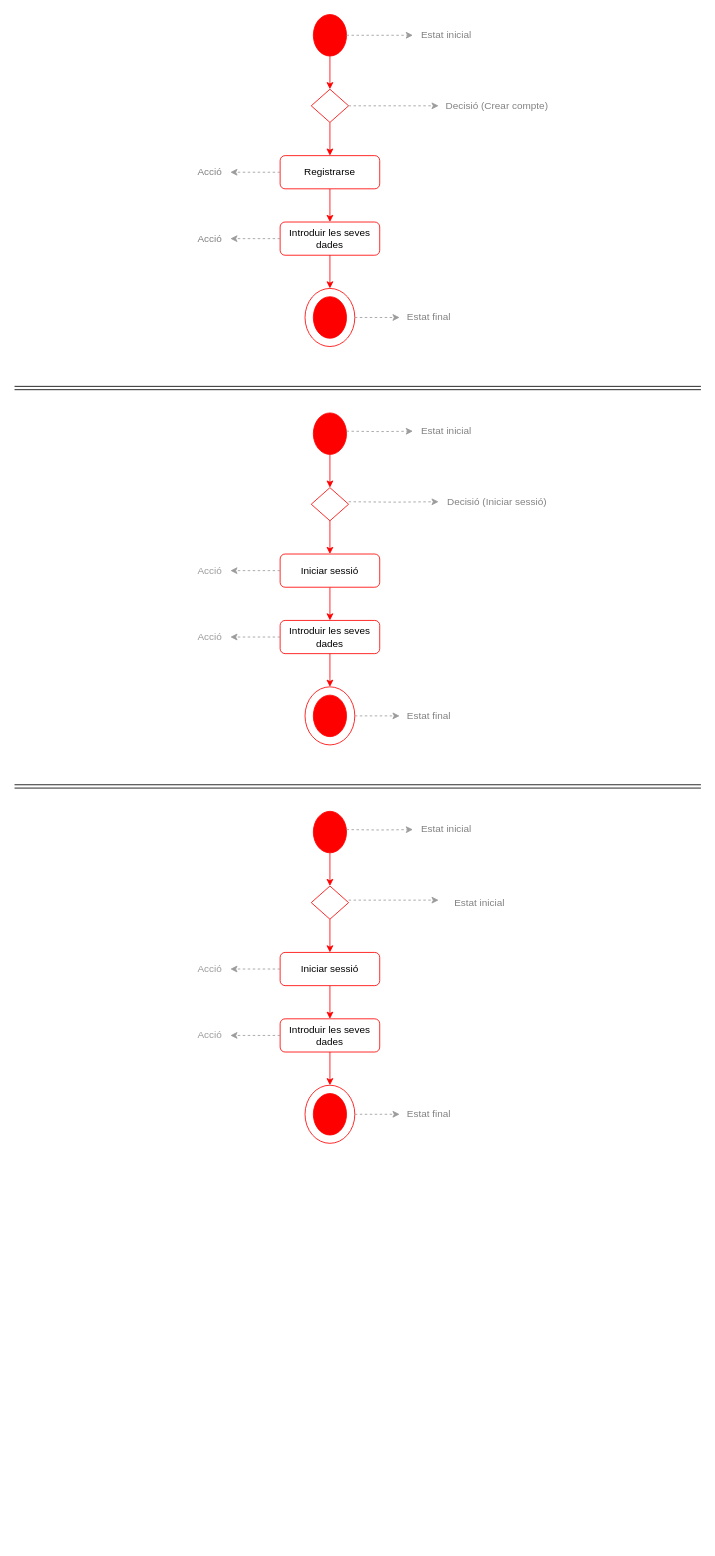
The draw.io diagram Diagramas/ Diagrama d'activitats.drawio in ivanESFE/Projecte, before the edit. Source tidied: cells renumbered, new cells numbered last; positions are measured from the earlier drawing's top-left corner, leaving out a move shared by most shapes. Both pictures are drawn from the tidied source at 83%, with x=0, y=0 at pixel (14, 14).
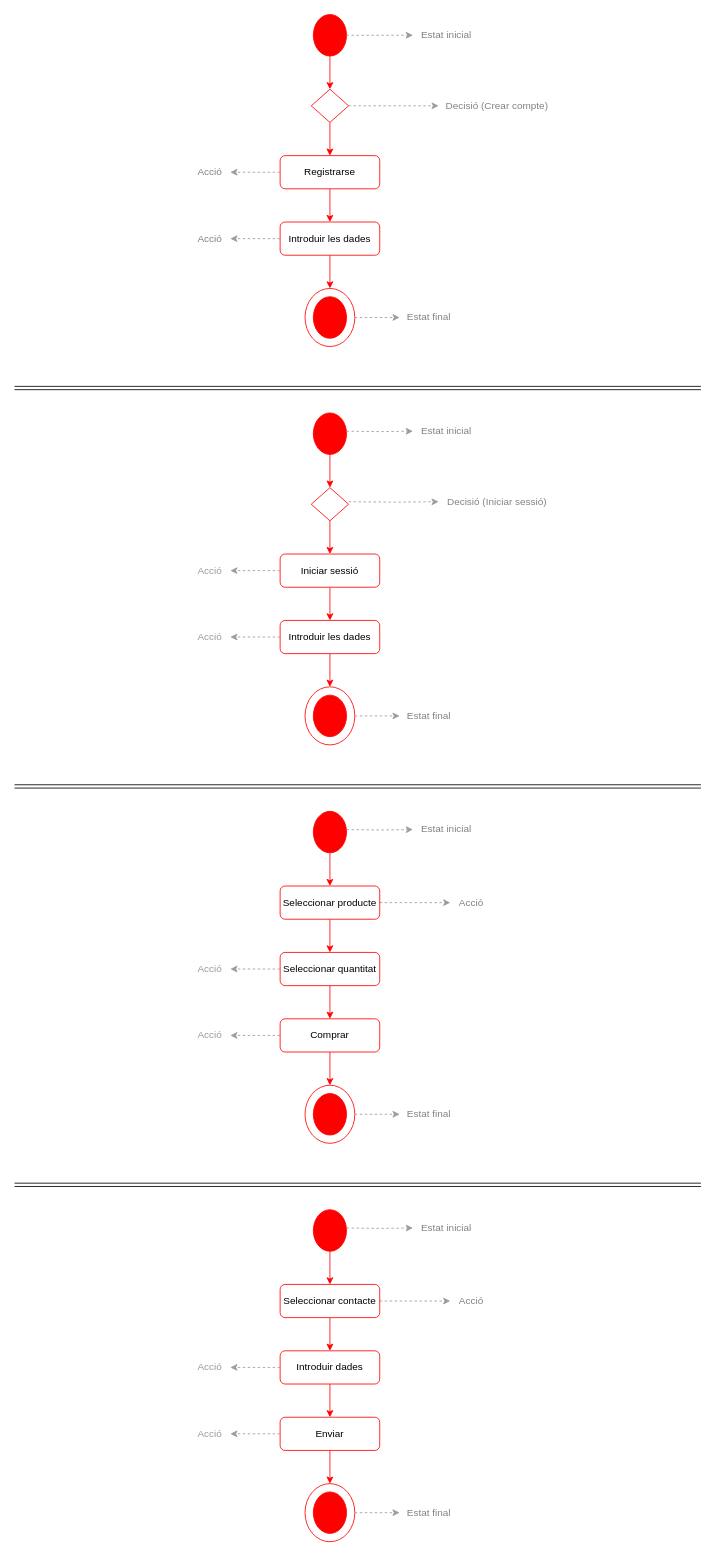
After the change.

The change refers to these unchanged cells:
```xml
<mxCell id="54" style="ellipse;whiteSpace=wrap;html=1;strokeColor=#FF0000;fillColor=#FF0000;" parent="1" vertex="1">
  <mxGeometry x="360" y="960" width="40" height="50" as="geometry" />
</mxCell>
```

What changed in the source:
```diff
@@
-    <mxCell id="11" value="Introduir les seves dades" style="rounded=1;whiteSpace=wrap;html=1;fontSize=12;glass=0;strokeWidth=1;shadow=0;strokeColor=#FF0000;" parent="1" vertex="1">
+    <mxCell id="11" value="Introduir les dades" style="rounded=1;whiteSpace=wrap;html=1;fontSize=12;glass=0;strokeWidth=1;shadow=0;strokeColor=#FF0000;" parent="1" vertex="1">
       <mxGeometry x="320" y="250" width="120" height="40" as="geometry" />
     </mxCell>
@@
-    <mxCell id="23" value="Introduir les seves dades" style="rounded=1;whiteSpace=wrap;html=1;fontSize=12;glass=0;strokeWidth=1;shadow=0;strokeColor=#FF0000;" parent="1" vertex="1">
+    <mxCell id="23" value="Introduir les dades" style="rounded=1;whiteSpace=wrap;html=1;fontSize=12;glass=0;strokeWidth=1;shadow=0;strokeColor=#FF0000;" parent="1" vertex="1">
       <mxGeometry x="320" y="730" width="120" height="40" as="geometry" />
     </mxCell>
@@
-    <mxCell id="45" value="Iniciar sessió" style="rounded=1;whiteSpace=wrap;html=1;fontSize=12;glass=0;strokeWidth=1;shadow=0;strokeColor=#FF0000;" parent="1" vertex="1">
+    <mxCell id="45" value="Seleccionar quantitat" style="rounded=1;whiteSpace=wrap;html=1;fontSize=12;glass=0;strokeWidth=1;shadow=0;strokeColor=#FF0000;" parent="1" vertex="1">
       <mxGeometry x="320" y="1130" width="120" height="40" as="geometry" />
     </mxCell>
-    <mxCell id="46" style="endArrow=classic;html=1;rounded=0;entryX=0.5;entryY=0;entryDx=0;entryDy=0;strokeColor=#FF0000;fillColor=#FF0000;exitX=0.5;exitY=1;exitDx=0;exitDy=0;" parent="1" edge="1" source="56" target="45">
+    <mxCell id="46" style="endArrow=classic;html=1;rounded=0;entryX=0.5;entryY=0;entryDx=0;entryDy=0;strokeColor=#FF0000;fillColor=#FF0000;exitX=0.5;exitY=1;exitDx=0;exitDy=0;" parent="1" edge="1" source="64" target="45">
       <mxGeometry relative="1" as="geometry" />
     </mxCell>
@@
-    <mxCell id="48" value="Introduir les seves dades" style="rounded=1;whiteSpace=wrap;html=1;fontSize=12;glass=0;strokeWidth=1;shadow=0;strokeColor=#FF0000;" parent="1" vertex="1">
+    <mxCell id="48" value="Comprar" style="rounded=1;whiteSpace=wrap;html=1;fontSize=12;glass=0;strokeWidth=1;shadow=0;strokeColor=#FF0000;" parent="1" vertex="1">
       <mxGeometry x="320" y="1210" width="120" height="40" as="geometry" />
     </mxCell>
@@
-    <mxCell id="53" style="edgeStyle=orthogonalEdgeStyle;rounded=0;jettySize=auto;html=1;fontColor=#828282;strokeColor=#FF0000;fillColor=#FF0000;" parent="1" edge="1" source="54" target="56">
+    <mxCell id="53" style="edgeStyle=orthogonalEdgeStyle;rounded=0;jettySize=auto;html=1;fontColor=#828282;strokeColor=#FF0000;fillColor=#FF0000;entryX=0.5;entryY=0;entryDx=0;entryDy=0;" parent="1" edge="1" source="54" target="64">
       <mxGeometry relative="1" as="geometry" />
     </mxCell>
@@
-    <mxCell id="56" style="rhombus;whiteSpace=wrap;html=1;fillColor=#FFFFFF;strokeColor=#FF0000;" parent="1" vertex="1">
-      <mxGeometry x="357.5" y="1050" width="45" height="40" as="geometry" />
-    </mxCell>
-    <mxCell id="57" style="edgeStyle=orthogonalEdgeStyle;rounded=0;orthogonalLoop=1;jettySize=auto;html=1;fontColor=#828282;strokeColor=#9B9B9B;fillColor=#FF0000;exitX=1;exitY=0.5;exitDx=0;exitDy=0;dashed=1;" parent="1" edge="1">
-      <mxGeometry relative="1" as="geometry">
-        <mxPoint x="402.5" y="1067" as="sourcePoint" />
-        <mxPoint x="511" y="1067" as="targetPoint" />
-      </mxGeometry>
+    <mxCell id="57" style="edgeStyle=orthogonalEdgeStyle;rounded=0;jettySize=auto;html=1;fontColor=#828282;strokeColor=#9B9B9B;fillColor=#FF0000;dashed=1;exitX=1;exitY=0.5;exitDx=0;exitDy=0;" parent="1" edge="1" source="64" target="63">
+      <mxGeometry relative="1" as="geometry" />
     </mxCell>
@@
-    <mxCell id="63" value="&lt;font color=&quot;#828282&quot;&gt;Estat inicial&lt;/font&gt;" style="text;html=1;align=center;verticalAlign=middle;points=[];strokeColor=none;fillColor=none;" parent="1" vertex="1">
-      <mxGeometry x="520" y="1060" width="80" height="20" as="geometry" />
+    <mxCell id="63" value="&lt;font color=&quot;#828282&quot;&gt;Acció&lt;/font&gt;" style="text;html=1;align=center;verticalAlign=middle;points=[];strokeColor=none;fillColor=none;" parent="1" vertex="1">
+      <mxGeometry x="525" y="1060" width="50" height="20" as="geometry" />
     </mxCell>
+    <mxCell id="64" value="Seleccionar producte" style="rounded=1;whiteSpace=wrap;html=1;fontSize=12;glass=0;strokeWidth=1;shadow=0;strokeColor=#FF0000;" parent="1" vertex="1">
+      <mxGeometry x="320" y="1050" width="120" height="40" as="geometry" />
+    </mxCell>
+    <mxCell id="65" style="shape=link;html=1;rounded=0;" parent="1" edge="1">
+      <mxGeometry relative="1" as="geometry">
+        <mxPoint y="1410" as="sourcePoint" />
+        <mxPoint x="827" y="1410" as="targetPoint" />
+      </mxGeometry>
+    </mxCell>
+    <mxCell id="66" style="edgeStyle=orthogonalEdgeStyle;rounded=0;jettySize=auto;html=1;fontColor=#828282;strokeColor=#FF0000;fillColor=#FF0000;entryX=0.5;entryY=0;entryDx=0;entryDy=0;" parent="1" edge="1" source="67" target="70">
+      <mxGeometry relative="1" as="geometry" />
+    </mxCell>
+    <mxCell id="67" value="Introduir dades" style="rounded=1;whiteSpace=wrap;html=1;fontSize=12;glass=0;strokeWidth=1;shadow=0;strokeColor=#FF0000;" parent="1" vertex="1">
+      <mxGeometry x="320" y="1610" width="120" height="40" as="geometry" />
+    </mxCell>
+    <mxCell id="68" style="endArrow=classic;html=1;rounded=0;entryX=0.5;entryY=0;entryDx=0;entryDy=0;strokeColor=#FF0000;fillColor=#FF0000;exitX=0.5;exitY=1;exitDx=0;exitDy=0;" parent="1" edge="1" source="85" target="67">
+      <mxGeometry relative="1" as="geometry" />
+    </mxCell>
+    <mxCell id="69" value="&lt;font&gt;Acció&lt;/font&gt;" style="text;html=1;align=center;verticalAlign=middle;points=[];strokeColor=none;fillColor=none;fontColor=#9B9B9B;" parent="1" vertex="1">
+      <mxGeometry x="210" y="1620" width="50" height="20" as="geometry" />
+    </mxCell>
+    <mxCell id="70" value="Enviar" style="rounded=1;whiteSpace=wrap;html=1;fontSize=12;glass=0;strokeWidth=1;shadow=0;strokeColor=#FF0000;" parent="1" vertex="1">
+      <mxGeometry x="320" y="1690" width="120" height="40" as="geometry" />
+    </mxCell>
+    <mxCell id="71" value="&lt;font&gt;Acció&lt;/font&gt;" style="text;html=1;align=center;verticalAlign=middle;points=[];strokeColor=none;fillColor=none;fontColor=#9B9B9B;" parent="1" vertex="1">
+      <mxGeometry x="210" y="1700" width="50" height="20" as="geometry" />
+    </mxCell>
+    <mxCell id="72" style="edgeStyle=elbowEdgeStyle;elbow=vertical;endArrow=classic;html=1;rounded=0;exitX=0.5;exitY=1;exitDx=0;exitDy=0;strokeColor=#FF0000;entryX=0.5;entryY=0;entryDx=0;entryDy=0;" parent="1" edge="1" source="70" target="81">
+      <mxGeometry relative="1" as="geometry">
+        <Array as="points">
+          <mxPoint x="400" y="1760" />
+          <mxPoint x="290" y="2020" />
+        </Array>
+      </mxGeometry>
+    </mxCell>
+    <mxCell id="73" style="edgeStyle=orthogonalEdgeStyle;rounded=0;jettySize=auto;html=1;fontColor=#828282;strokeColor=#9B9B9B;fillColor=#FF0000;dashed=1;exitX=0;exitY=0.5;exitDx=0;exitDy=0;" parent="1" edge="1" source="70" target="71">
+      <mxGeometry relative="1" as="geometry" />
+    </mxCell>
+    <mxCell id="74" style="edgeStyle=orthogonalEdgeStyle;rounded=0;jettySize=auto;html=1;fontColor=#828282;strokeColor=#9B9B9B;fillColor=#FF0000;exitX=0;exitY=0.5;exitDx=0;exitDy=0;dashed=1;" parent="1" edge="1" source="67" target="69">
+      <mxGeometry relative="1" as="geometry" />
+    </mxCell>
+    <mxCell id="75" style="edgeStyle=orthogonalEdgeStyle;rounded=0;jettySize=auto;html=1;fontColor=#828282;strokeColor=#FF0000;fillColor=#FF0000;entryX=0.5;entryY=0;entryDx=0;entryDy=0;" parent="1" edge="1" source="76" target="85">
+      <mxGeometry relative="1" as="geometry" />
+    </mxCell>
+    <mxCell id="76" style="ellipse;whiteSpace=wrap;html=1;strokeColor=#FF0000;fillColor=#FF0000;" parent="1" vertex="1">
+      <mxGeometry x="360" y="1440" width="40" height="50" as="geometry" />
+    </mxCell>
+    <mxCell id="77" value="&lt;font color=&quot;#828282&quot;&gt;Estat inicial&lt;/font&gt;" style="text;html=1;align=center;verticalAlign=middle;points=[];strokeColor=none;fillColor=none;" parent="1" vertex="1">
+      <mxGeometry x="480" y="1452" width="80" height="20" as="geometry" />
+    </mxCell>
+    <mxCell id="78" style="edgeStyle=orthogonalEdgeStyle;rounded=0;jettySize=auto;html=1;fontColor=#828282;strokeColor=#9B9B9B;fillColor=#FF0000;dashed=1;exitX=1;exitY=0.5;exitDx=0;exitDy=0;" parent="1" edge="1" source="85" target="84">
+      <mxGeometry relative="1" as="geometry" />
+    </mxCell>
+    <mxCell id="79" style="edgeStyle=orthogonalEdgeStyle;rounded=0;jettySize=auto;html=1;fontColor=#828282;strokeColor=#9B9B9B;fillColor=#FF0000;exitX=1;exitY=0.5;exitDx=0;exitDy=0;dashed=1;" parent="1" edge="1" target="77">
+      <mxGeometry relative="1" as="geometry">
+        <mxPoint x="400" y="1462" as="sourcePoint" />
+      </mxGeometry>
+    </mxCell>
+    <mxCell id="80" style="ellipse;whiteSpace=wrap;html=1;strokeColor=#FF0000;fillColor=#FF0000;" parent="1" vertex="1">
+      <mxGeometry x="360" y="1780" width="40" height="50" as="geometry" />
+    </mxCell>
+    <mxCell id="81" style="ellipse;whiteSpace=wrap;html=1;strokeColor=#FF0000;fillColor=none;" parent="1" vertex="1">
+      <mxGeometry x="350" y="1770" width="60" height="70" as="geometry" />
+    </mxCell>
+    <mxCell id="82" value="&lt;font color=&quot;#828282&quot;&gt;Estat final&lt;br&gt;&lt;/font&gt;" style="text;html=1;align=center;verticalAlign=middle;points=[];strokeColor=none;fillColor=none;" parent="1" vertex="1">
+      <mxGeometry x="464" y="1795" width="70" height="20" as="geometry" />
+    </mxCell>
+    <mxCell id="83" style="edgeStyle=orthogonalEdgeStyle;rounded=0;jettySize=auto;html=1;fontColor=#828282;strokeColor=#9B9B9B;fillColor=#FF0000;exitX=1;exitY=0.5;exitDx=0;exitDy=0;dashed=1;entryX=0;entryY=0.5;entryDx=0;entryDy=0;entryPerimeter=0;" parent="1" edge="1" source="81" target="82">
+      <mxGeometry relative="1" as="geometry" />
+    </mxCell>
+    <mxCell id="84" value="&lt;font color=&quot;#828282&quot;&gt;Acció&lt;/font&gt;" style="text;html=1;align=center;verticalAlign=middle;points=[];strokeColor=none;fillColor=none;" parent="1" vertex="1">
+      <mxGeometry x="525" y="1540" width="50" height="20" as="geometry" />
+    </mxCell>
+    <mxCell id="85" value="Seleccionar contacte" style="rounded=1;whiteSpace=wrap;html=1;fontSize=12;glass=0;strokeWidth=1;shadow=0;strokeColor=#FF0000;" parent="1" vertex="1">
+      <mxGeometry x="320" y="1530" width="120" height="40" as="geometry" />
+    </mxCell>
```
